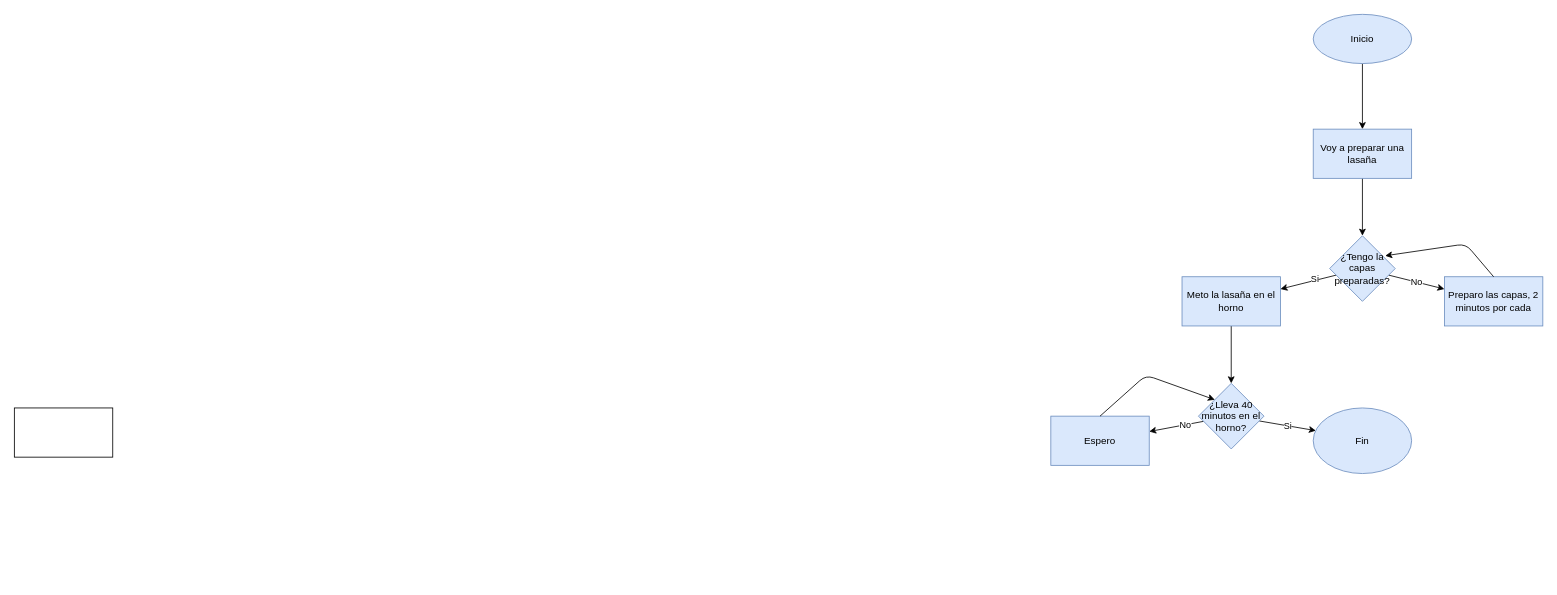
The draw.io diagram diagrama.drawio in Humbertico04/Proyecto_Lasagna, before the edit. Source tidied: cells renumbered, new cells numbered last; positions are measured from the earlier drawing's top-left corner, leaving out a move shared by most shapes. Both pictures are drawn from the tidied source at 82%, with x=0, y=0 at pixel (14, 14).
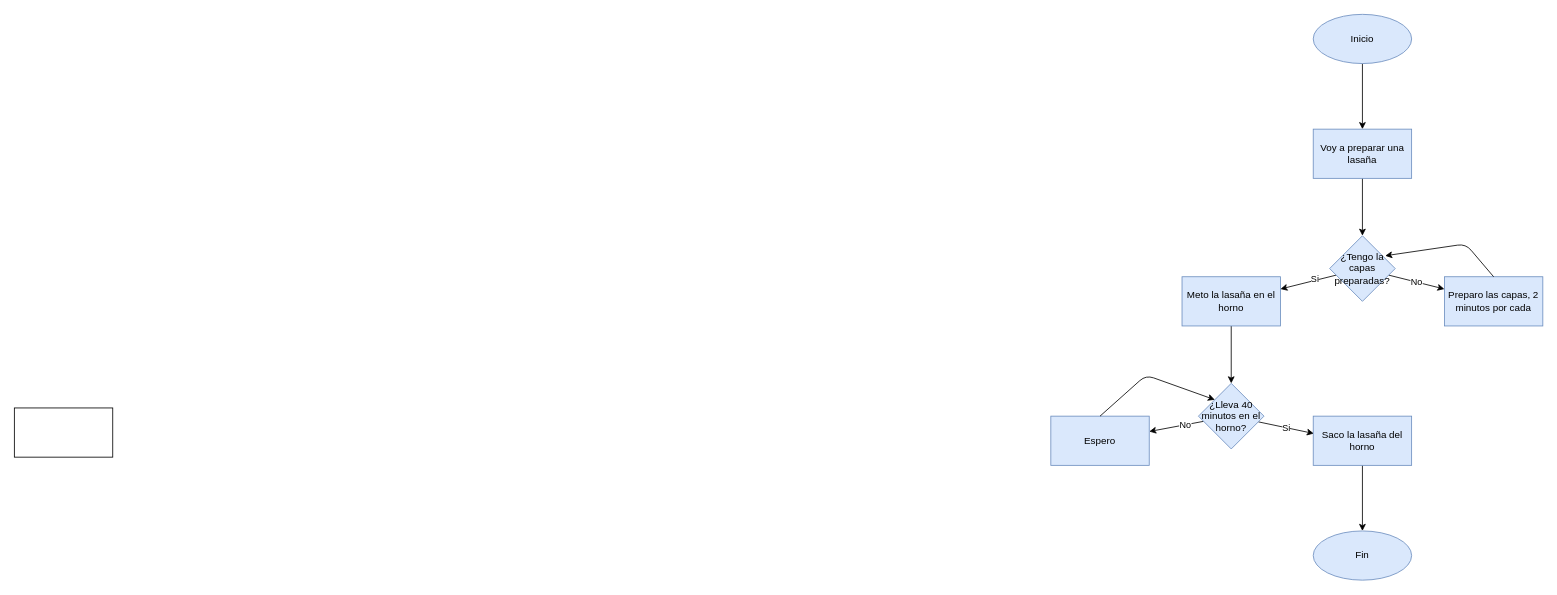
After the change.

Commit message:
diagrama definitivo

The change refers to these unchanged cells:
```xml
<mxCell id="18" value="¿Lleva 40 minutos en el horno?" style="rhombus;whiteSpace=wrap;html=1;fillColor=#dae8fc;strokeColor=#6c8ebf;" parent="1" vertex="1">
  <mxGeometry x="1444" y="450" width="80" height="80" as="geometry" />
</mxCell>
<mxCell id="19" value="Espero" style="whiteSpace=wrap;html=1;fillColor=#dae8fc;strokeColor=#6c8ebf;" parent="1" vertex="1">
  <mxGeometry x="1264" y="490" width="120" height="60" as="geometry" />
</mxCell>
```

Diff of the diagram source:
```diff
@@
-    <mxCell id="15" value="Si" style="edgeStyle=none;html=1;entryX=0.027;entryY=0.346;entryDx=0;entryDy=0;entryPerimeter=0;" parent="1" edge="1" source="18" target="20">
+    <mxCell id="15" value="Si" style="edgeStyle=none;html=1;entryX=0.006;entryY=0.353;entryDx=0;entryDy=0;entryPerimeter=0;" parent="1" edge="1" source="18" target="23">
       <mxGeometry relative="1" as="geometry" />
     </mxCell>
@@
+    <mxCell id="21" style="endArrow=classic;html=1;exitX=0.5;exitY=0;exitDx=0;exitDy=0;entryX=0;entryY=0;entryDx=0;entryDy=0;" parent="1" edge="1" source="19" target="18">
+      <mxGeometry relative="1" as="geometry">
+        <Array as="points">
+          <mxPoint x="1380" y="440" />
+        </Array>
+      </mxGeometry>
+    </mxCell>
+    <mxCell id="22" style="edgeStyle=none;html=1;" parent="1" edge="1" source="23" target="20">
+      <mxGeometry relative="1" as="geometry" />
+    </mxCell>
+    <mxCell id="23" value="Saco la lasaña del horno" style="rounded=0;whiteSpace=wrap;html=1;fillColor=#dae8fc;strokeColor=#6c8ebf;" parent="1" vertex="1">
+      <mxGeometry x="1584" y="490" width="120" height="60" as="geometry" />
+    </mxCell>
-    <mxCell id="20" value="Fin" style="ellipse;whiteSpace=wrap;html=1;fillColor=#dae8fc;strokeColor=#6c8ebf;" parent="1" vertex="1">
-      <mxGeometry x="1584" y="480" width="120" height="80" as="geometry" />
+    <mxCell id="20" value="Fin" style="ellipse;whiteSpace=wrap;html=1;fillColor=#dae8fc;strokeColor=#6c8ebf;rounded=0;" parent="1" vertex="1">
+      <mxGeometry x="1584" y="630" width="120" height="60" as="geometry" />
     </mxCell>
-    <mxCell id="21" style="endArrow=classic;html=1;exitX=0.5;exitY=0;exitDx=0;exitDy=0;entryX=0;entryY=0;entryDx=0;entryDy=0;" parent="1" edge="1" source="19" target="18">
-      <mxGeometry relative="1" as="geometry">
-        <Array as="points">
-          <mxPoint x="1380" y="440" />
-        </Array>
-      </mxGeometry>
-    </mxCell>
```
